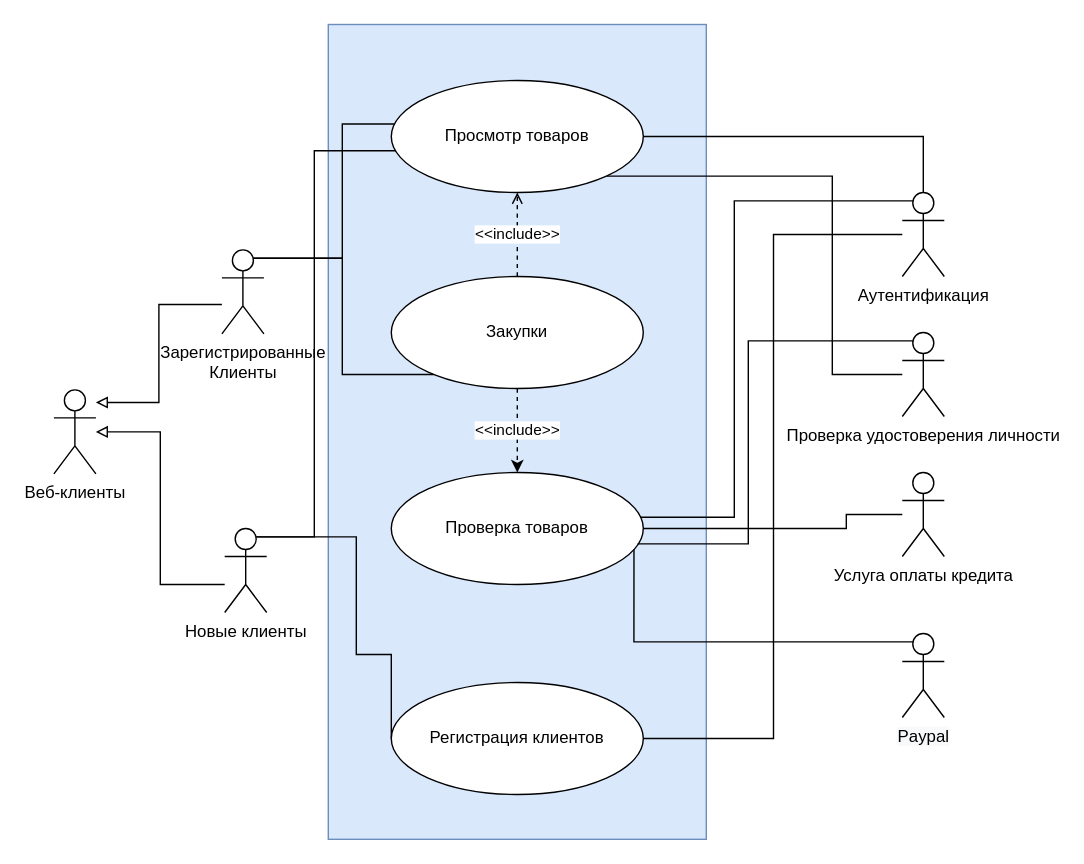
Before: page "Тестовая попытка" (1 of 2) of Диаграмма без названия.drawio in poseidonnn0/draw_io_diagrams_and_notation, a draw.io diagram. Source tidied: cells renumbered, new cells numbered last; positions are measured from the earlier drawing's top-left corner, leaving out a move shared by most shapes. Both pictures are drawn from the tidied source at 140%, with x=0, y=0 at pixel (53, 24).
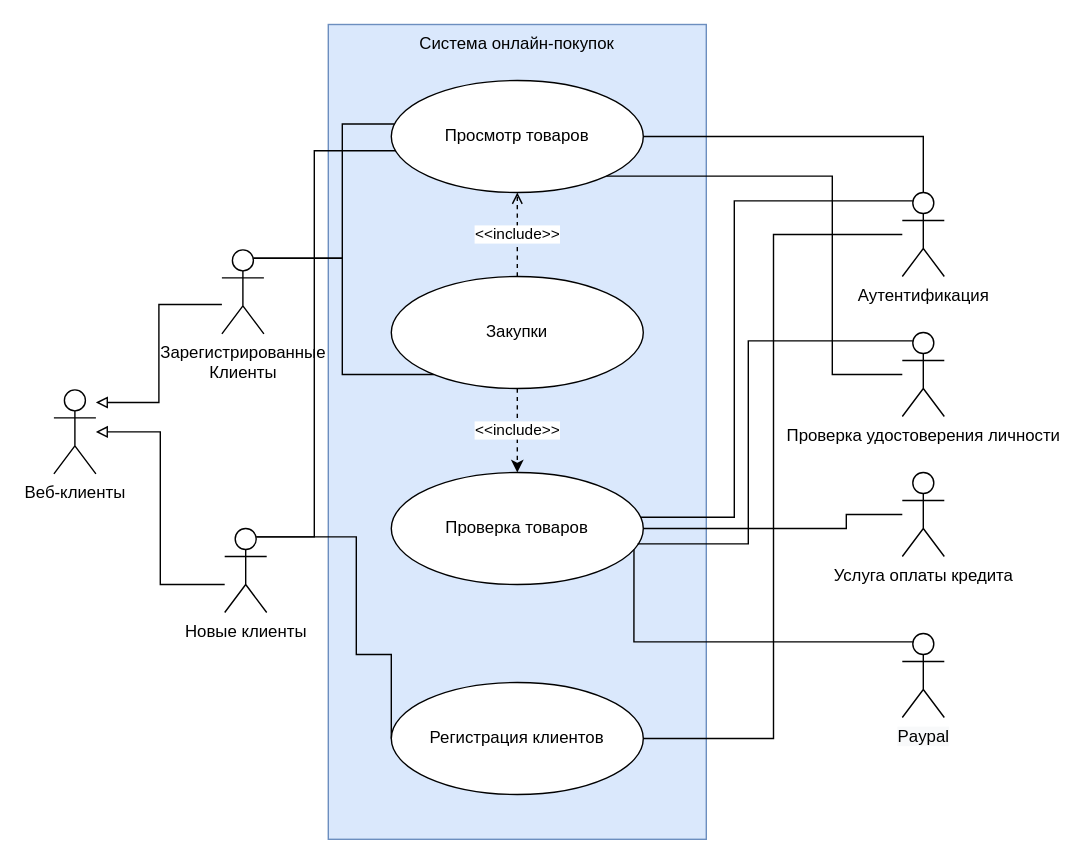
Above is the later version.

Commit message:
UPD: 1 лист

Change to the diagram source:
```diff
@@
-    <mxCell id="2" style="rounded=0;whiteSpace=wrap;html=1;fillColor=#dae8fc;strokeColor=#6c8ebf;" parent="1" vertex="1">
+    <mxCell id="2" value="Система онлайн-покупок" style="rounded=0;whiteSpace=wrap;html=1;fillColor=#dae8fc;strokeColor=#6c8ebf;align=center;verticalAlign=top;" parent="1" vertex="1">
       <mxGeometry x="196" width="270" height="582" as="geometry" />
     </mxCell>
```
